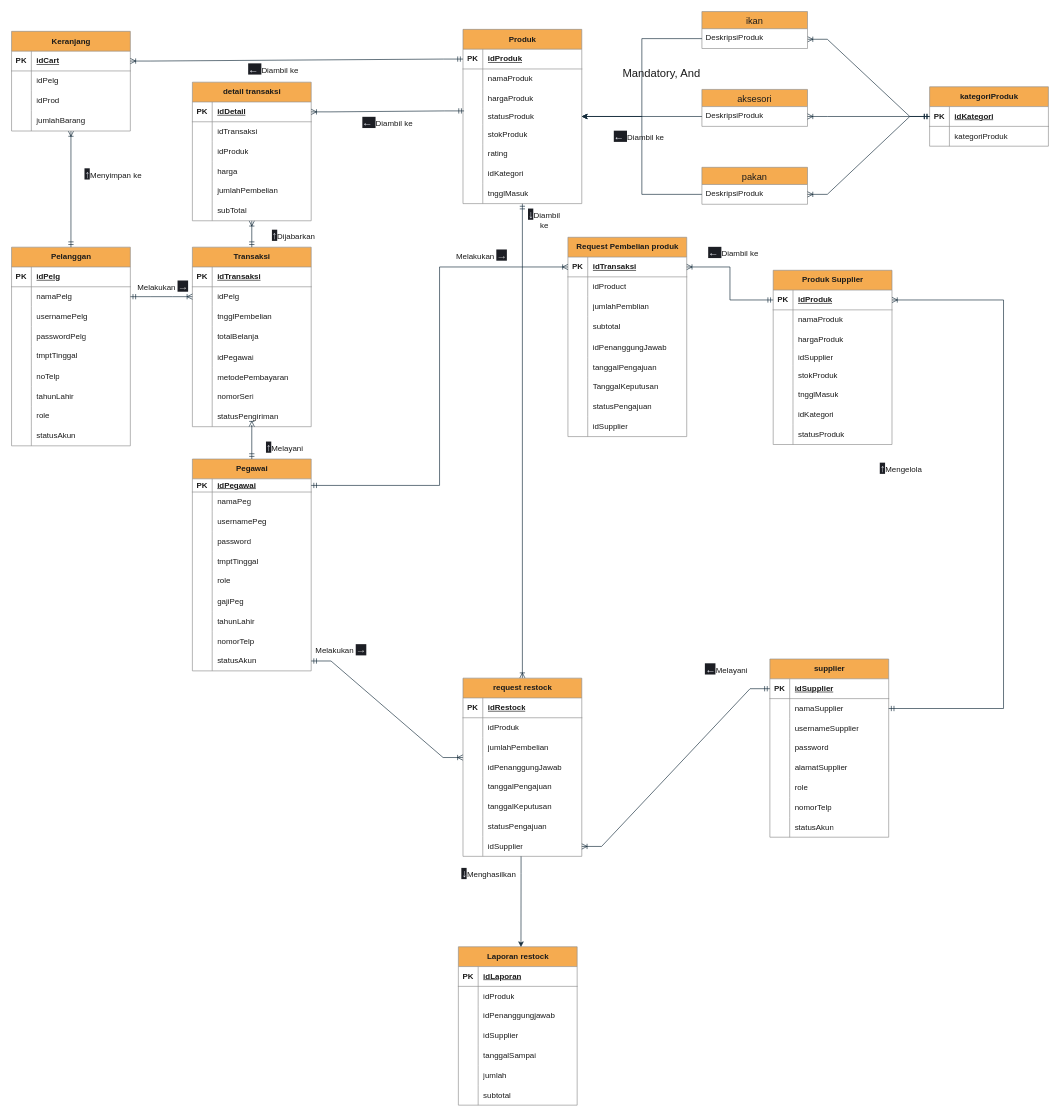
shinoaaa/flowchartttz keeps this draw.io diagram as erd.drawio. Above is the earlier version. Source tidied: cells renumbered, new cells numbered last; positions are measured from the earlier drawing's top-left corner, leaving out a move shared by most shapes. Both pictures are drawn from the tidied source at 66%, with x=0, y=0 at pixel (11, 11).
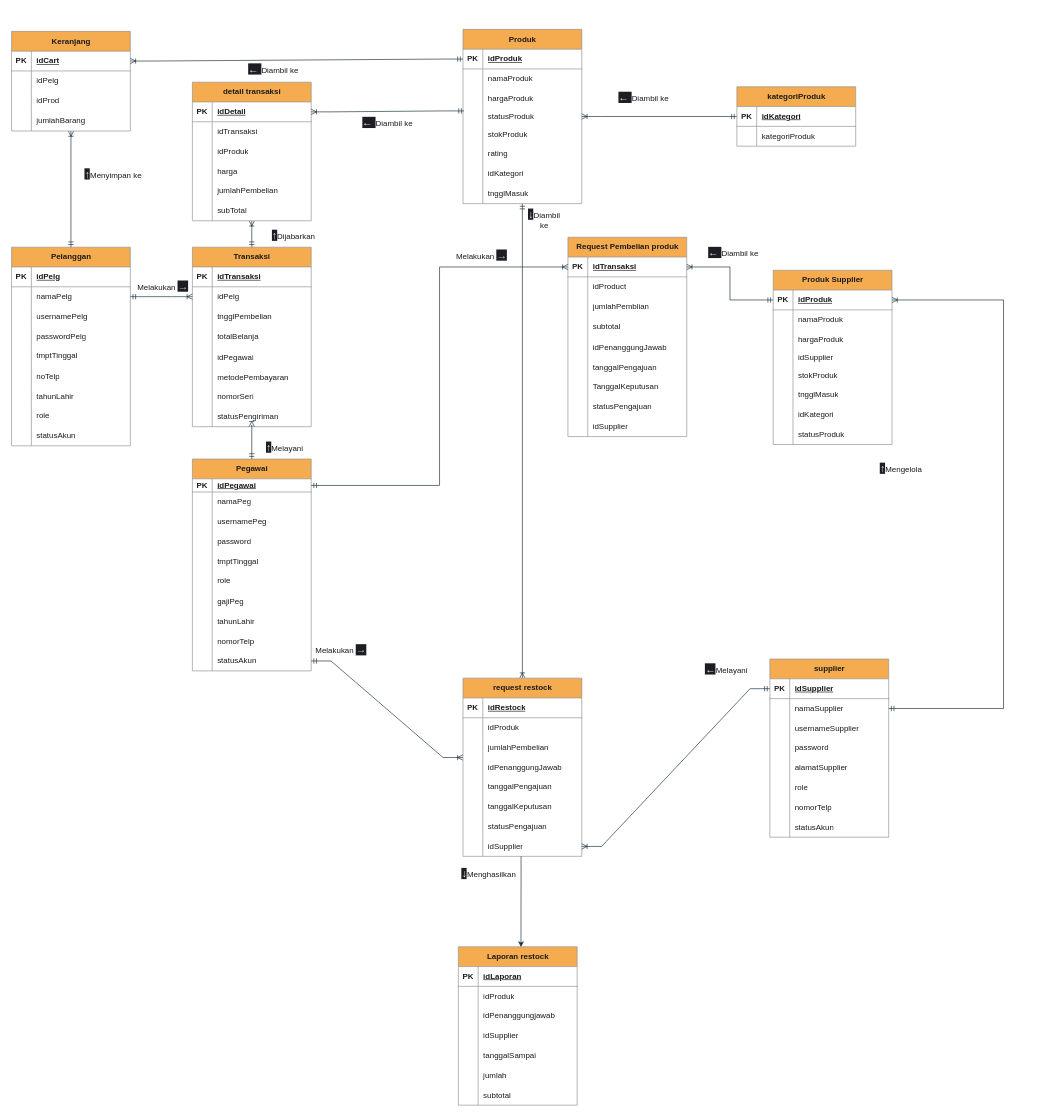
After the change.

The change refers to these unchanged cells:
```xml
<mxCell id="107" value="Produk" style="shape=table;startSize=30;childLayout=tableLayout;rowLines=0;fontStyle=1;align=center;html=1;labelBackgroundColor=none;fillColor=#F5AB50;strokeColor=#909090;fontColor=#1A1A1A;" parent="1" vertex="1">
  <mxGeometry x="684" y="27" width="180" height="264" as="geometry" />
</mxCell>
<mxCell id="117" style="shape=tableRow;horizontal=0;startSize=0;swimlaneHead=0;swimlaneBody=0;fillColor=none;points=[[0,0.5],[1,0.5]];portConstraint=eastwest;top=0;left=0;right=0;bottom=0;labelBackgroundColor=none;strokeColor=#909090;fontColor=#1A1A1A;" parent="107" vertex="1">
  <mxGeometry y="120" width="180" height="24" as="geometry" />
</mxCell>
<mxCell id="146" style="shape=tableRow;horizontal=0;startSize=0;swimlaneHead=0;swimlaneBody=0;fillColor=none;points=[[0,0.5],[1,0.5]];portConstraint=eastwest;top=0;left=0;right=0;bottom=1;labelBackgroundColor=none;strokeColor=#909090;fontColor=#1A1A1A;" parent="145" vertex="1">
  <mxGeometry y="30" width="180" height="30" as="geometry" />
</mxCell>
```

Change to the diagram source:
```diff
@@
-    <mxCell id="134" style="edgeStyle=entityRelationEdgeStyle;fontSize=12;html=1;endArrow=ERoneToMany;startArrow=ERmandOne;rounded=0;entryX=1;entryY=0.75;entryDx=0;entryDy=0;startFill=0;exitX=0;exitY=0.5;exitDx=0;exitDy=0;labelBackgroundColor=none;strokeColor=#182E3E;fontColor=default;" parent="1" edge="1" source="146" target="136">
+    <mxCell id="134" style="edgeStyle=entityRelationEdgeStyle;fontSize=12;html=1;endArrow=ERoneToMany;startArrow=ERmandOne;rounded=0;entryX=1;entryY=0.5;entryDx=0;entryDy=0;startFill=0;exitX=0;exitY=0.5;exitDx=0;exitDy=0;labelBackgroundColor=none;strokeColor=#182E3E;fontColor=default;" parent="1" edge="1" source="146" target="117">
       <mxGeometry relative="1" as="geometry" />
     </mxCell>
@@
-    <mxCell id="136" value="ikan" style="swimlane;fontStyle=0;horizontal=1;startSize=26;align=center;fontSize=14;labelBackgroundColor=none;fillColor=#F5AB50;strokeColor=#909090;fontColor=#1A1A1A;" parent="1" vertex="1">
-      <mxGeometry x="1046" width="160" height="56" as="geometry" />
-    </mxCell>
-    <mxCell id="137" value="DeskripsiProduk" style="text;strokeColor=none;fillColor=none;spacingLeft=4;spacingRight=4;overflow=hidden;points=[[0,0.5],[1,0.5]];portConstraint=eastwest;fontSize=12;whiteSpace=wrap;html=1;labelBackgroundColor=none;fontColor=#1A1A1A;" parent="136" vertex="1">
-      <mxGeometry y="26" width="160" height="30" as="geometry" />
-    </mxCell>
-    <mxCell id="138" value="aksesori" style="swimlane;fontStyle=0;horizontal=1;startSize=26;align=center;fontSize=14;labelBackgroundColor=none;fillColor=#F5AB50;strokeColor=#909090;fontColor=#1A1A1A;" parent="1" vertex="1">
-      <mxGeometry x="1046" y="118" width="160" height="56" as="geometry" />
-    </mxCell>
-    <mxCell id="139" value="DeskripsiProduk" style="text;strokeColor=none;fillColor=none;spacingLeft=4;spacingRight=4;overflow=hidden;points=[[0,0.5],[1,0.5]];portConstraint=eastwest;fontSize=12;whiteSpace=wrap;html=1;labelBackgroundColor=none;fontColor=#1A1A1A;" parent="138" vertex="1">
-      <mxGeometry y="26" width="160" height="30" as="geometry" />
-    </mxCell>
-    <mxCell id="140" value="pakan" style="swimlane;fontStyle=0;horizontal=1;startSize=26;align=center;fontSize=14;labelBackgroundColor=none;fillColor=#F5AB50;strokeColor=#909090;fontColor=#1A1A1A;" parent="1" vertex="1">
-      <mxGeometry x="1046" y="236" width="160" height="56" as="geometry" />
-    </mxCell>
-    <mxCell id="141" value="DeskripsiProduk" style="text;strokeColor=none;fillColor=none;spacingLeft=4;spacingRight=4;overflow=hidden;points=[[0,0.5],[1,0.5]];portConstraint=eastwest;fontSize=12;whiteSpace=wrap;html=1;labelBackgroundColor=none;fontColor=#1A1A1A;" parent="140" vertex="1">
-      <mxGeometry y="26" width="160" height="30" as="geometry" />
-    </mxCell>
-    <mxCell id="142" style="edgeStyle=orthogonalEdgeStyle;rounded=0;jettySize=auto;html=1;entryX=1;entryY=0.5;entryDx=0;entryDy=0;labelBackgroundColor=none;strokeColor=#182E3E;fontColor=default;" parent="1" edge="1" source="139" target="117">
-      <mxGeometry relative="1" as="geometry" />
-    </mxCell>
-    <mxCell id="143" style="edgeStyle=orthogonalEdgeStyle;rounded=0;jettySize=auto;html=1;labelBackgroundColor=none;strokeColor=#182E3E;fontColor=default;" parent="1" edge="1" source="137" target="117">
-      <mxGeometry relative="1" as="geometry" />
-    </mxCell>
-    <mxCell id="144" value="Mandatory, And" style="text;strokeColor=none;fillColor=none;spacingLeft=4;spacingRight=4;overflow=hidden;fontSize=17;whiteSpace=wrap;html=1;labelBackgroundColor=none;fontColor=#1A1A1A;" parent="1" vertex="1">
-      <mxGeometry x="920" y="78" width="133" height="30" as="geometry" />
-    </mxCell>
     <mxCell id="145" value="kategoriProduk" style="shape=table;startSize=30;childLayout=tableLayout;rowLines=0;fontStyle=1;align=center;html=1;labelBackgroundColor=none;fillColor=#F5AB50;strokeColor=#909090;fontColor=#1A1A1A;" parent="1" vertex="1">
-      <mxGeometry x="1391" y="114" width="180" height="90" as="geometry" />
+      <mxGeometry x="1099" y="114" width="180" height="90" as="geometry" />
     </mxCell>
@@
-    <mxCell id="153" style="edgeStyle=entityRelationEdgeStyle;fontSize=12;html=1;endArrow=ERoneToMany;startArrow=ERmandOne;rounded=0;entryX=1;entryY=0.5;entryDx=0;entryDy=0;startFill=0;exitX=0;exitY=0.5;exitDx=0;exitDy=0;labelBackgroundColor=none;strokeColor=#182E3E;fontColor=default;" parent="1" edge="1" source="145" target="139">
-      <mxGeometry relative="1" as="geometry" />
-    </mxCell>
-    <mxCell id="154" style="edgeStyle=entityRelationEdgeStyle;fontSize=12;html=1;endArrow=ERoneToMany;startArrow=ERmandOne;rounded=0;entryX=1;entryY=0.5;entryDx=0;entryDy=0;startFill=0;exitX=0;exitY=0.5;exitDx=0;exitDy=0;labelBackgroundColor=none;strokeColor=#182E3E;fontColor=default;" parent="1" edge="1" source="146" target="141">
-      <mxGeometry relative="1" as="geometry" />
-    </mxCell>
@@
-    <mxCell id="313" style="edgeStyle=orthogonalEdgeStyle;rounded=0;jettySize=auto;html=1;entryX=1;entryY=0.5;entryDx=0;entryDy=0;labelBackgroundColor=none;strokeColor=#182E3E;fontColor=default;" parent="1" edge="1" source="141" target="107">
-      <mxGeometry relative="1" as="geometry" />
-    </mxCell>
@@
     <mxCell id="316" value="&lt;span style=&quot;color: rgb(230, 232, 240); font-family: &amp;quot;Google Sans&amp;quot;, Arial, sans-serif; font-size: 16px; text-align: start; background-color: rgb(28, 30, 36);&quot;&gt;←&amp;nbsp;&lt;/span&gt;Diambil ke&amp;nbsp;" style="text;html=1;whiteSpace=wrap;strokeColor=none;fillColor=none;align=center;verticalAlign=middle;rounded=0;labelBackgroundColor=none;fontColor=#1A1A1A;" parent="1" vertex="1">
-      <mxGeometry x="882" y="171" width="141" height="36" as="geometry" />
+      <mxGeometry x="889" y="112" width="141" height="36" as="geometry" />
     </mxCell>
```
